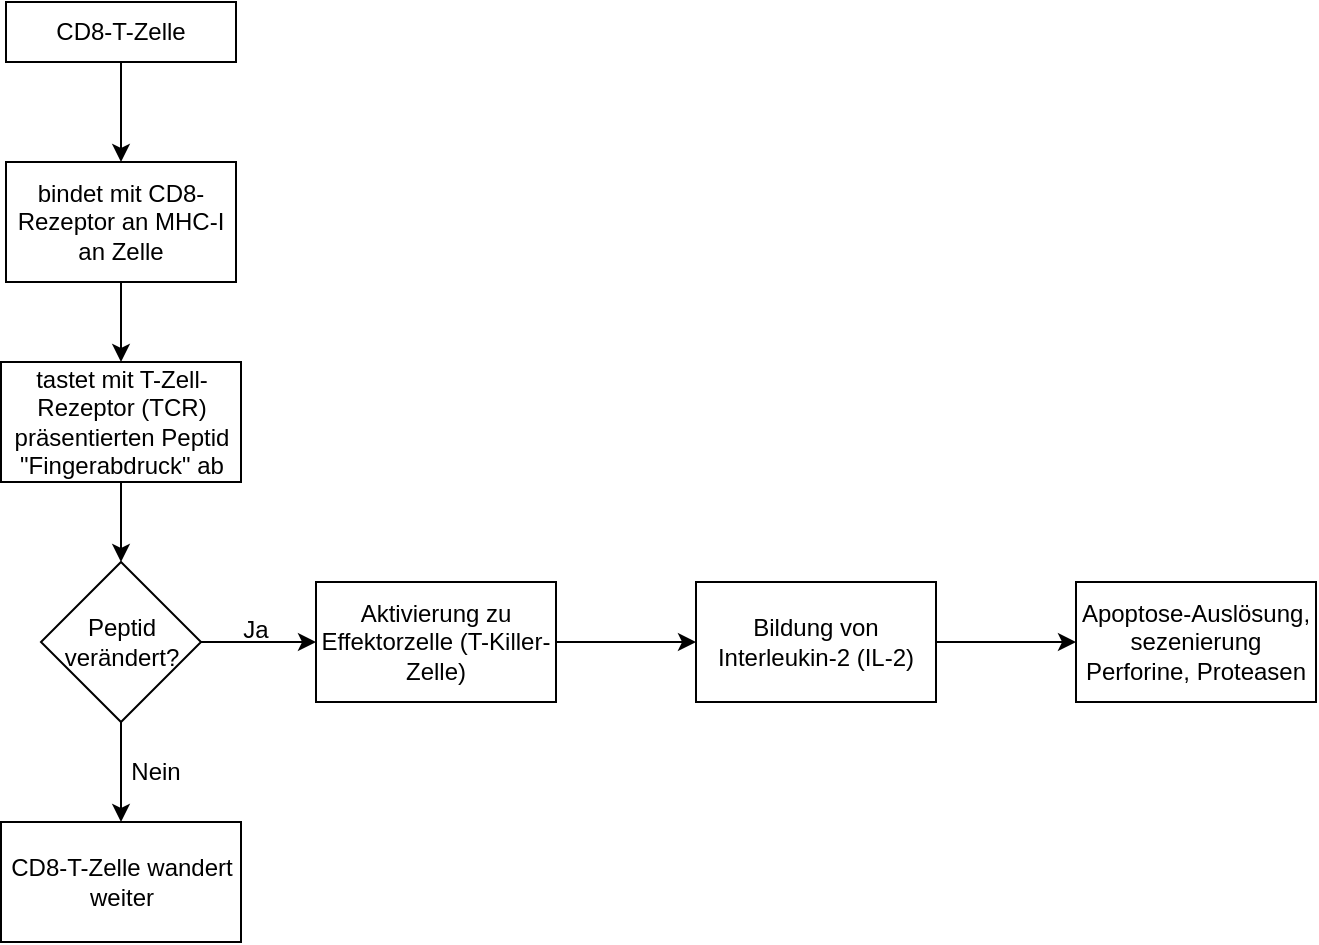
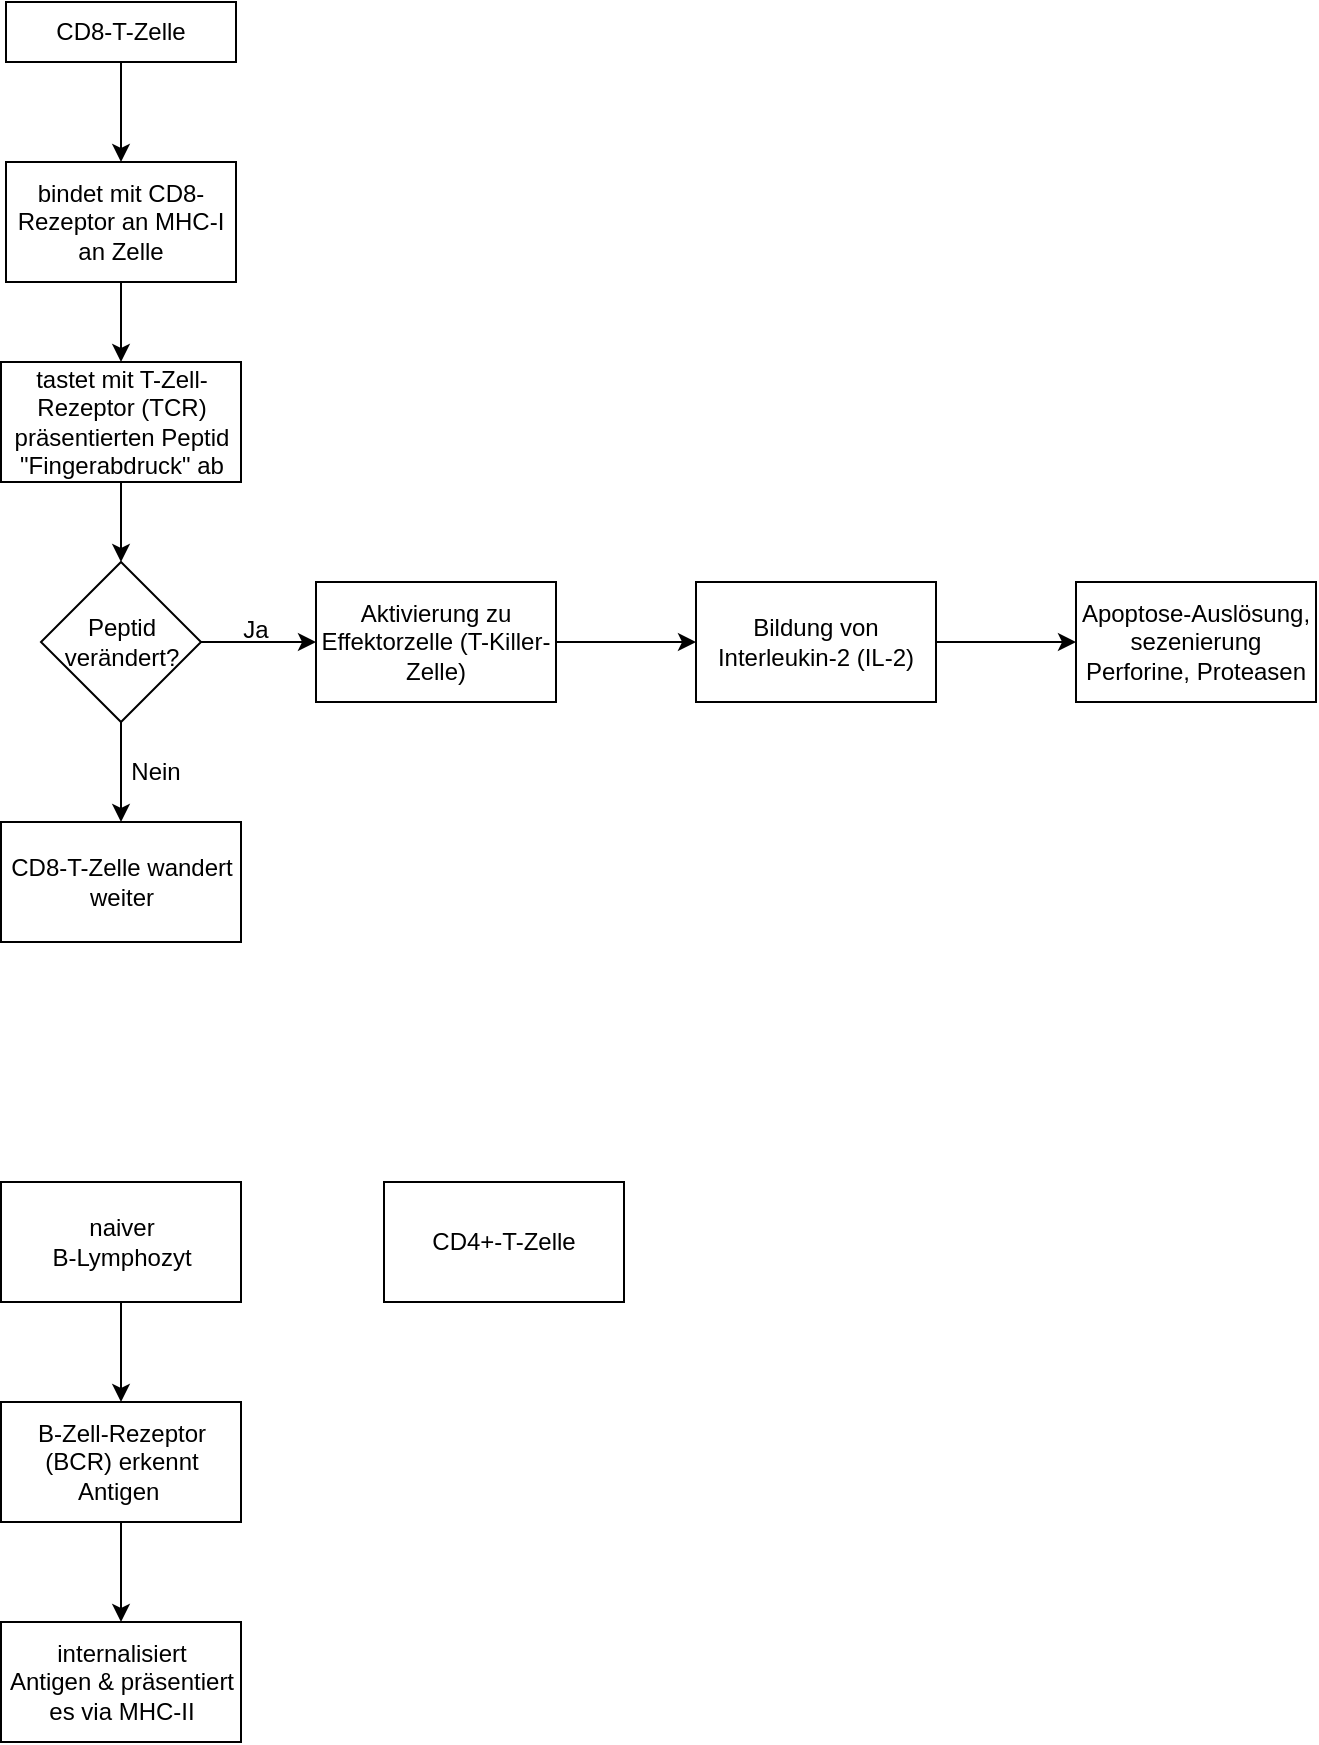
<mxfile host="app.diagrams.net">
  <diagram name="Seite-1" id="tPpIn_nMIDNUY5QPJjmJ">
    <mxGraphModel dx="964" dy="517" grid="1" gridSize="10" guides="1" tooltips="1" connect="1" arrows="1" fold="1" page="1" pageScale="1" pageWidth="827" pageHeight="1169" math="0" shadow="0">
      <root>
        <mxCell id="0" />
        <mxCell id="1" parent="0" />
        <mxCell id="V014MJMyBQgIdyG5yzwW-3" edge="1" parent="1" source="V014MJMyBQgIdyG5yzwW-1" style="edgeStyle=orthogonalEdgeStyle;rounded=0;orthogonalLoop=1;jettySize=auto;html=1;exitX=0.5;exitY=1;exitDx=0;exitDy=0;entryX=0.5;entryY=0;entryDx=0;entryDy=0;" target="V014MJMyBQgIdyG5yzwW-2">
          <mxGeometry relative="1" as="geometry" />
        </mxCell>
        <mxCell id="V014MJMyBQgIdyG5yzwW-1" parent="1" style="rounded=0;whiteSpace=wrap;html=1;" value="CD8-T-Zelle" vertex="1">
          <mxGeometry height="30" width="115" x="105" y="60" as="geometry" />
        </mxCell>
        <mxCell id="V014MJMyBQgIdyG5yzwW-5" edge="1" parent="1" source="V014MJMyBQgIdyG5yzwW-2" style="edgeStyle=orthogonalEdgeStyle;rounded=0;orthogonalLoop=1;jettySize=auto;html=1;exitX=0.5;exitY=1;exitDx=0;exitDy=0;entryX=0.5;entryY=0;entryDx=0;entryDy=0;" target="V014MJMyBQgIdyG5yzwW-4">
          <mxGeometry relative="1" as="geometry" />
        </mxCell>
        <mxCell id="V014MJMyBQgIdyG5yzwW-2" parent="1" style="rounded=0;whiteSpace=wrap;html=1;" value="bindet mit CD8-Rezeptor an MHC-I an Zelle" vertex="1">
          <mxGeometry height="60" width="115" x="105" y="140" as="geometry" />
        </mxCell>
        <mxCell id="V014MJMyBQgIdyG5yzwW-9" edge="1" parent="1" source="V014MJMyBQgIdyG5yzwW-4" style="edgeStyle=orthogonalEdgeStyle;rounded=0;orthogonalLoop=1;jettySize=auto;html=1;exitX=0.5;exitY=1;exitDx=0;exitDy=0;" target="V014MJMyBQgIdyG5yzwW-6">
          <mxGeometry relative="1" as="geometry" />
        </mxCell>
        <mxCell id="V014MJMyBQgIdyG5yzwW-4" parent="1" style="rounded=0;whiteSpace=wrap;html=1;" value="tastet mit T-Zell-Rezeptor (TCR) präsentierten Peptid &quot;Fingerabdruck&quot; ab" vertex="1">
          <mxGeometry height="60" width="120" x="102.5" y="240" as="geometry" />
        </mxCell>
        <mxCell id="V014MJMyBQgIdyG5yzwW-10" edge="1" parent="1" source="V014MJMyBQgIdyG5yzwW-6" style="edgeStyle=orthogonalEdgeStyle;rounded=0;orthogonalLoop=1;jettySize=auto;html=1;exitX=0.5;exitY=1;exitDx=0;exitDy=0;" target="V014MJMyBQgIdyG5yzwW-8">
          <mxGeometry relative="1" as="geometry" />
        </mxCell>
        <mxCell id="V014MJMyBQgIdyG5yzwW-13" edge="1" parent="1" source="V014MJMyBQgIdyG5yzwW-6" style="edgeStyle=orthogonalEdgeStyle;rounded=0;orthogonalLoop=1;jettySize=auto;html=1;exitX=1;exitY=0.5;exitDx=0;exitDy=0;entryX=0;entryY=0.5;entryDx=0;entryDy=0;" target="V014MJMyBQgIdyG5yzwW-12">
          <mxGeometry relative="1" as="geometry" />
        </mxCell>
        <mxCell id="V014MJMyBQgIdyG5yzwW-6" parent="1" style="rhombus;whiteSpace=wrap;html=1;" value="Peptid verändert?" vertex="1">
          <mxGeometry height="80" width="80" x="122.5" y="340" as="geometry" />
        </mxCell>
        <mxCell id="V014MJMyBQgIdyG5yzwW-8" parent="1" style="rounded=0;whiteSpace=wrap;html=1;" value="CD8-T-Zelle wandert weiter" vertex="1">
          <mxGeometry height="60" width="120" x="102.5" y="470" as="geometry" />
        </mxCell>
        <mxCell id="V014MJMyBQgIdyG5yzwW-11" parent="1" style="text;html=1;whiteSpace=wrap;strokeColor=none;fillColor=none;align=center;verticalAlign=middle;rounded=0;" value="&lt;div&gt;Nein&lt;/div&gt;" vertex="1">
          <mxGeometry height="30" width="60" x="150" y="430" as="geometry" />
        </mxCell>
        <mxCell id="V014MJMyBQgIdyG5yzwW-16" edge="1" parent="1" source="V014MJMyBQgIdyG5yzwW-12" style="edgeStyle=orthogonalEdgeStyle;rounded=0;orthogonalLoop=1;jettySize=auto;html=1;exitX=1;exitY=0.5;exitDx=0;exitDy=0;entryX=0;entryY=0.5;entryDx=0;entryDy=0;" target="V014MJMyBQgIdyG5yzwW-15">
          <mxGeometry relative="1" as="geometry" />
        </mxCell>
        <mxCell id="V014MJMyBQgIdyG5yzwW-12" parent="1" style="rounded=0;whiteSpace=wrap;html=1;" value="Aktivierung zu Effektorzelle (T-Killer-Zelle)" vertex="1">
          <mxGeometry height="60" width="120" x="260" y="350" as="geometry" />
        </mxCell>
        <mxCell id="V014MJMyBQgIdyG5yzwW-14" parent="1" style="text;html=1;whiteSpace=wrap;strokeColor=none;fillColor=none;align=center;verticalAlign=middle;rounded=0;" value="Ja" vertex="1">
          <mxGeometry height="30" width="60" x="200" y="359" as="geometry" />
        </mxCell>
        <mxCell id="V014MJMyBQgIdyG5yzwW-18" edge="1" parent="1" source="V014MJMyBQgIdyG5yzwW-15" style="edgeStyle=orthogonalEdgeStyle;rounded=0;orthogonalLoop=1;jettySize=auto;html=1;exitX=1;exitY=0.5;exitDx=0;exitDy=0;entryX=0;entryY=0.5;entryDx=0;entryDy=0;" target="V014MJMyBQgIdyG5yzwW-17">
          <mxGeometry relative="1" as="geometry" />
        </mxCell>
        <mxCell id="V014MJMyBQgIdyG5yzwW-15" parent="1" style="rounded=0;whiteSpace=wrap;html=1;" value="Bildung von Interleukin-2 (IL-2)" vertex="1">
          <mxGeometry height="60" width="120" x="450" y="350" as="geometry" />
        </mxCell>
        <mxCell id="V014MJMyBQgIdyG5yzwW-17" parent="1" style="rounded=0;whiteSpace=wrap;html=1;" value="Apoptose-Auslösung, sezenierung&lt;br&gt;Perforine, Proteasen" vertex="1">
          <mxGeometry height="60" width="120" x="640" y="350" as="geometry" />
        </mxCell>
+         <mxCell id="jiHHfOkpwsY7Qrn74EU--5" edge="1" parent="1" source="jiHHfOkpwsY7Qrn74EU--3" style="edgeStyle=orthogonalEdgeStyle;rounded=0;orthogonalLoop=1;jettySize=auto;html=1;exitX=0.5;exitY=1;exitDx=0;exitDy=0;entryX=0.5;entryY=0;entryDx=0;entryDy=0;" target="jiHHfOkpwsY7Qrn74EU--4">
+           <mxGeometry relative="1" as="geometry" />
+         </mxCell>
+         <mxCell id="jiHHfOkpwsY7Qrn74EU--3" parent="1" style="whiteSpace=wrap;html=1;" value="naiver&lt;br&gt;B-Lymphozyt" vertex="1">
+           <mxGeometry height="60" width="120" x="102.5" y="650" as="geometry" />
+         </mxCell>
+         <mxCell id="jiHHfOkpwsY7Qrn74EU--7" edge="1" parent="1" source="jiHHfOkpwsY7Qrn74EU--4" style="edgeStyle=orthogonalEdgeStyle;rounded=0;orthogonalLoop=1;jettySize=auto;html=1;exitX=0.5;exitY=1;exitDx=0;exitDy=0;" target="jiHHfOkpwsY7Qrn74EU--6">
+           <mxGeometry relative="1" as="geometry" />
+         </mxCell>
+         <mxCell id="jiHHfOkpwsY7Qrn74EU--4" parent="1" style="whiteSpace=wrap;html=1;" value="B-Zell-Rezeptor (BCR)&amp;nbsp;erkennt Antigen&amp;nbsp;" vertex="1">
+           <mxGeometry height="60" width="120" x="102.5" y="760" as="geometry" />
+         </mxCell>
+         <mxCell id="jiHHfOkpwsY7Qrn74EU--6" parent="1" style="whiteSpace=wrap;html=1;" value="internalisiert&lt;br&gt;Antigen &amp;amp; präsentiert es via MHC-II" vertex="1">
+           <mxGeometry height="60" width="120" x="102.5" y="870" as="geometry" />
+         </mxCell>
+         <mxCell id="jiHHfOkpwsY7Qrn74EU--8" parent="1" style="whiteSpace=wrap;html=1;" value="CD4+-T-Zelle" vertex="1">
+           <mxGeometry height="60" width="120" x="294" y="650" as="geometry" />
+         </mxCell>
      </root>
    </mxGraphModel>
  </diagram>
</mxfile>
